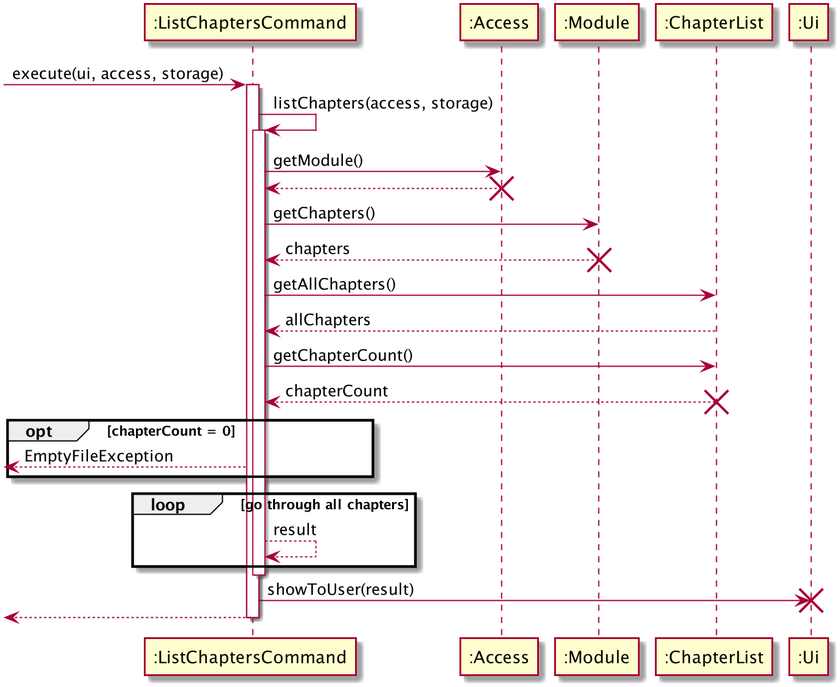
This is docs/UML/listchap_seq_diagram.png from nus-cs2113-AY2021S1/tp, a PlantUML export, as it was before one commit. Source of this version:
```plantuml
@startuml
-> ":ListChaptersCommand" : execute(ui, access, storage)
activate ":ListChaptersCommand"
":ListChaptersCommand" -> ":ListChaptersCommand" : listChapters(access, storage)
activate ":ListChaptersCommand"
":ListChaptersCommand" -> ":Access" : getModule()
":ListChaptersCommand" <-- ":Access"
destroy ":Access"
":ListChaptersCommand" -> ":Module" : getChapters()
":ListChaptersCommand" <-- ":Module" : chapters
destroy ":Module"
":ListChaptersCommand" -> ":ChapterList" : getAllChapters()
":ListChaptersCommand" <-- ":ChapterList" : allChapters
":ListChaptersCommand" -> ":ChapterList" : getChapterCount()
":ListChaptersCommand" <-- ":ChapterList" : chapterCount
destroy ":ChapterList"
opt chapterCount = 0
    <-- ":ListChaptersCommand" : EmptyFileException
end
loop go through all chapters
":ListChaptersCommand" --> ":ListChaptersCommand" : result
end
deactivate ":ListChaptersCommand"
":ListChaptersCommand" -> ":Ui" : showToUser(result)
destroy ":Ui"
<-- ":ListChaptersCommand"
deactivate ":ListChaptersCommand"
@enduml
```
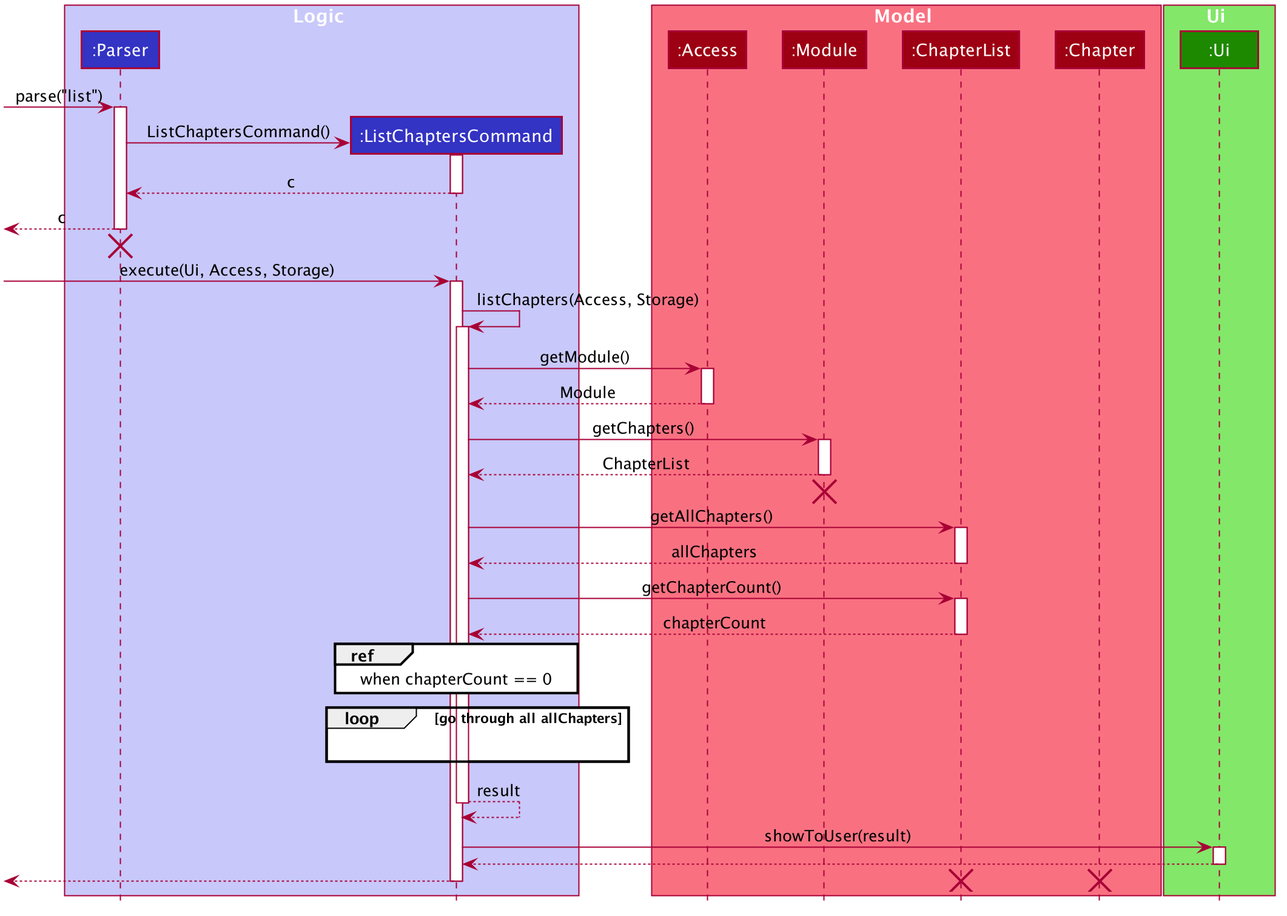
After the change.

Change to the diagram source:
```diff
@@ -1,28 +1,137 @@
 @startuml
--> ":ListChaptersCommand" : execute(ui, access, storage)
-activate ":ListChaptersCommand"
-":ListChaptersCommand" -> ":ListChaptersCommand" : listChapters(access, storage)
-activate ":ListChaptersCommand"
-":ListChaptersCommand" -> ":Access" : getModule()
-":ListChaptersCommand" <-- ":Access"
-destroy ":Access"
-":ListChaptersCommand" -> ":Module" : getChapters()
-":ListChaptersCommand" <-- ":Module" : chapters
-destroy ":Module"
-":ListChaptersCommand" -> ":ChapterList" : getAllChapters()
-":ListChaptersCommand" <-- ":ChapterList" : allChapters
-":ListChaptersCommand" -> ":ChapterList" : getChapterCount()
-":ListChaptersCommand" <-- ":ChapterList" : chapterCount
-destroy ":ChapterList"
-opt chapterCount = 0
-    <-- ":ListChaptersCommand" : EmptyFileException
+
+
+
+
+
+
+
+
+skinparam BackgroundColor #FFFFFFF
+
+skinparam Shadowing false
+
+skinparam Class {
+    FontColor #FFFFFF
+    BorderThickness 1
+    BorderColor #FFFFFF
+    StereotypeFontColor #FFFFFF
+    FontName Arial
+}
+
+skinparam Actor {
+    BorderColor #000000
+    Color #000000
+    FontName Arial
+}
+
+skinparam Sequence {
+    MessageAlign center
+    BoxFontSize 15
+    BoxPadding 0
+    BoxFontColor #FFFFFF
+    FontName Arial
+}
+
+skinparam Participant {
+    FontColor #FFFFFFF
+    Padding 20
+}
+
+skinparam MinClassWidth 50
+skinparam ParticipantPadding 10
+skinparam Shadowing false
+skinparam DefaultTextAlignment center
+skinparam packageStyle Rectangle
+
+hide footbox
+hide members
+hide circle
+
+box Logic #C8C8FA
+participant ":Parser" as Parser #3333C4
+participant ":ListChaptersCommand" as ListChaptersCommand #3333C4
+end box
+
+box Model #F97181
+participant ":Access" as Access #9D0012
+participant ":Module" as Module #9D0012
+participant ":ChapterList" as ChapterList #9D0012
+participant ":Chapter" as Chapter #9D0012
+end box
+
+box Ui #83E769
+participant ":Ui" as Ui #1D8900
+end box
+
+[-> Parser : parse("list")
+activate Parser
+
+create ListChaptersCommand
+Parser -> ListChaptersCommand : ListChaptersCommand()
+activate ListChaptersCommand
+
+ListChaptersCommand --> Parser : c
+deactivate ListChaptersCommand
+
+[<-- Parser : c
+deactivate Parser
+[<-[hidden]- Parser
+destroy Parser
+
+[-> ListChaptersCommand : execute(Ui, Access, Storage)
+activate ListChaptersCommand
+
+ListChaptersCommand -> ListChaptersCommand : listChapters(Access, Storage)
+activate ListChaptersCommand
+
+ListChaptersCommand -> Access : getModule()
+activate Access
+
+Access --> ListChaptersCommand : Module
+deactivate Access
+
+ListChaptersCommand -> Module : getChapters()
+activate Module
+
+Module--> ListChaptersCommand : ChapterList
+deactivate Module
+[<-[hidden]- ListChaptersCommand
+destroy Module
+
+ListChaptersCommand -> ChapterList : getAllChapters()
+activate ChapterList
+
+ChapterList --> ListChaptersCommand : allChapters
+deactivate ChapterList
+
+ListChaptersCommand -> ChapterList : getChapterCount()
+activate ChapterList
+
+ChapterList --> ListChaptersCommand : chapterCount
+deactivate ChapterList
+
+ref over ListChaptersCommand
+when chapterCount == 0
 end
-loop go through all chapters
-":ListChaptersCommand" --> ":ListChaptersCommand" : result
+
+loop go through all allChapters
+ListChaptersCommand -[hidden]-> ListChaptersCommand
 end
-deactivate ":ListChaptersCommand"
-":ListChaptersCommand" -> ":Ui" : showToUser(result)
-destroy ":Ui"
-<-- ":ListChaptersCommand"
-deactivate ":ListChaptersCommand"
+
+activate ListChaptersCommand
+ListChaptersCommand --> ListChaptersCommand : result
+deactivate ListChaptersCommand
+
+ListChaptersCommand -> Ui : showToUser(result)
+activate Ui
+
+Ui --> ListChaptersCommand
+deactivate Ui
+
+[<-- ListChaptersCommand
+deactivate ListChaptersCommand
+
+destroy ChapterList
+destroy Chapter
 @enduml
```
